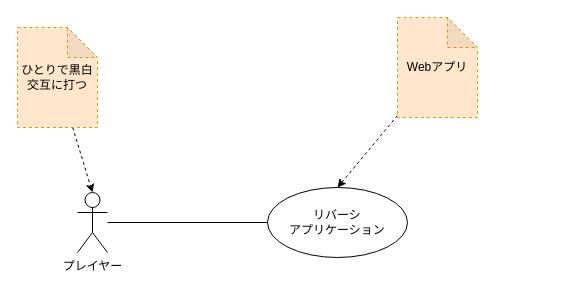
Above: docs/context-diagram.drawio in arakaworld/improved-octo-pancake (draw.io), before the change. Source tidied: cells renumbered, new cells numbered last; positions are measured from the earlier drawing's top-left corner, leaving out a move shared by most shapes. Both pictures are drawn from the tidied source at 100%, with x=0, y=0 at pixel (17, 17).
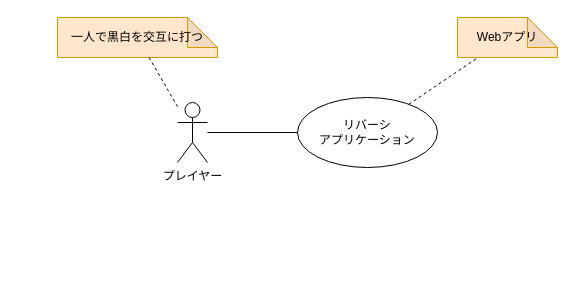
The same page after the edit.

The edit, as a diff of the source:
```diff
@@
 <mxGraphModel>
   <root>
     <mxCell id="0" />
     <mxCell id="1" parent="0" />
     <mxCell id="2" value="リバーシ&lt;br&gt;アプリケーション" style="ellipse;whiteSpace=wrap;html=1;" parent="1" vertex="1">
-      <mxGeometry x="250" y="170" width="140" height="70" as="geometry" />
+      <mxGeometry x="280" y="80" width="140" height="70" as="geometry" />
     </mxCell>
     <mxCell id="3" value="プレイヤー" style="shape=umlActor;verticalLabelPosition=bottom;verticalAlign=top;html=1;" parent="1" vertex="1">
-      <mxGeometry x="60" y="175" width="30" height="60" as="geometry" />
+      <mxGeometry x="160" y="85" width="30" height="60" as="geometry" />
     </mxCell>
+    <mxCell id="10" style="endArrow=none;html=1;" parent="1" edge="1" source="3" target="2">
+      <mxGeometry relative="1" as="geometry" />
+    </mxCell>
+    <mxCell id="7" value="Webアプリ" style="shape=note;whiteSpace=wrap;html=1;backgroundOutline=1;darkOpacity=0.05;fillColor=#ffe6cc;strokeColor=#d79b00;" parent="1" vertex="1">
+      <mxGeometry x="440" width="100" height="40" as="geometry" />
+    </mxCell>
+    <mxCell id="11" style="endArrow=none;dashed=1;html=1;" parent="1" edge="1" source="2" target="7">
+      <mxGeometry relative="1" as="geometry" />
+    </mxCell>
-    <mxCell id="4" style="endArrow=none;html=1;edgeStyle=orthogonalEdgeStyle;entryX=0;entryY=0.5;entryDx=0;entryDy=0;" parent="1" edge="1" source="3" target="2">
-      <mxGeometry relative="1" as="geometry" />
+    <mxCell id="4" value="一人で黒白を交互に打つ" style="shape=note;whiteSpace=wrap;html=1;backgroundOutline=1;darkOpacity=0.05;fillColor=#ffe6cc;strokeColor=#d79b00;" parent="1" vertex="1">
+      <mxGeometry x="40" width="160" height="40" as="geometry" />
     </mxCell>
-    <mxCell id="5" style="edgeStyle=none;html=1;strokeColor=none;dashed=1;" parent="1" edge="1" source="7" target="2">
-      <mxGeometry relative="1" as="geometry" />
-    </mxCell>
-    <mxCell id="6" style="edgeStyle=none;html=1;dashed=1;entryX=0.5;entryY=0;entryDx=0;entryDy=0;" parent="1" edge="1" source="7" target="2">
-      <mxGeometry relative="1" as="geometry" />
-    </mxCell>
-    <mxCell id="7" value="Webアプリ" style="shape=note;whiteSpace=wrap;html=1;backgroundOutline=1;darkOpacity=0.05;fillColor=#ffe6cc;strokeColor=#d79b00;dashed=1;" parent="1" vertex="1">
-      <mxGeometry x="380" width="80" height="100" as="geometry" />
-    </mxCell>
-    <mxCell id="8" style="edgeStyle=none;html=1;entryX=0.5;entryY=0;entryDx=0;entryDy=0;entryPerimeter=0;dashed=1;" parent="1" edge="1" source="9" target="3">
-      <mxGeometry relative="1" as="geometry" />
-    </mxCell>
-    <mxCell id="9" value="ひとりで黒白交互に打つ" style="shape=note;whiteSpace=wrap;html=1;backgroundOutline=1;darkOpacity=0.05;fillColor=#ffe6cc;strokeColor=#d79b00;dashed=1;" parent="1" vertex="1">
-      <mxGeometry y="10" width="80" height="100" as="geometry" />
-    </mxCell>
+    <mxCell id="12" style="endArrow=none;dashed=1;html=1;" parent="1" edge="1" source="4" target="3">
+      <mxGeometry relative="1" as="geometry" />
+    </mxCell>
   </root>
 </mxGraphModel>
```
